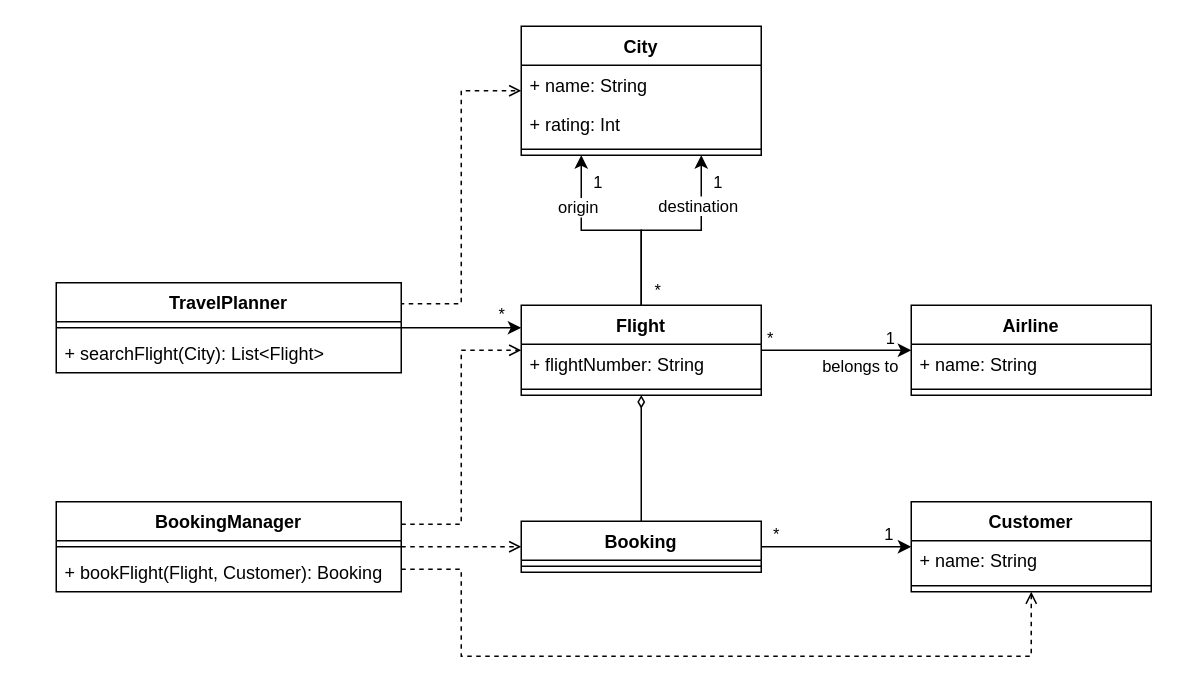
Earlier version of the draw.io diagram uml/Övningsuppgift 3.drawio (erik-stenbacka-sigma/utvecklingsmetodik-koddesign). Source tidied: cells renumbered, new cells numbered last; positions are measured from the earlier drawing's top-left corner, leaving out a move shared by most shapes. Both pictures are drawn from the tidied source at 150%, with x=0, y=0 at pixel (56, 26).
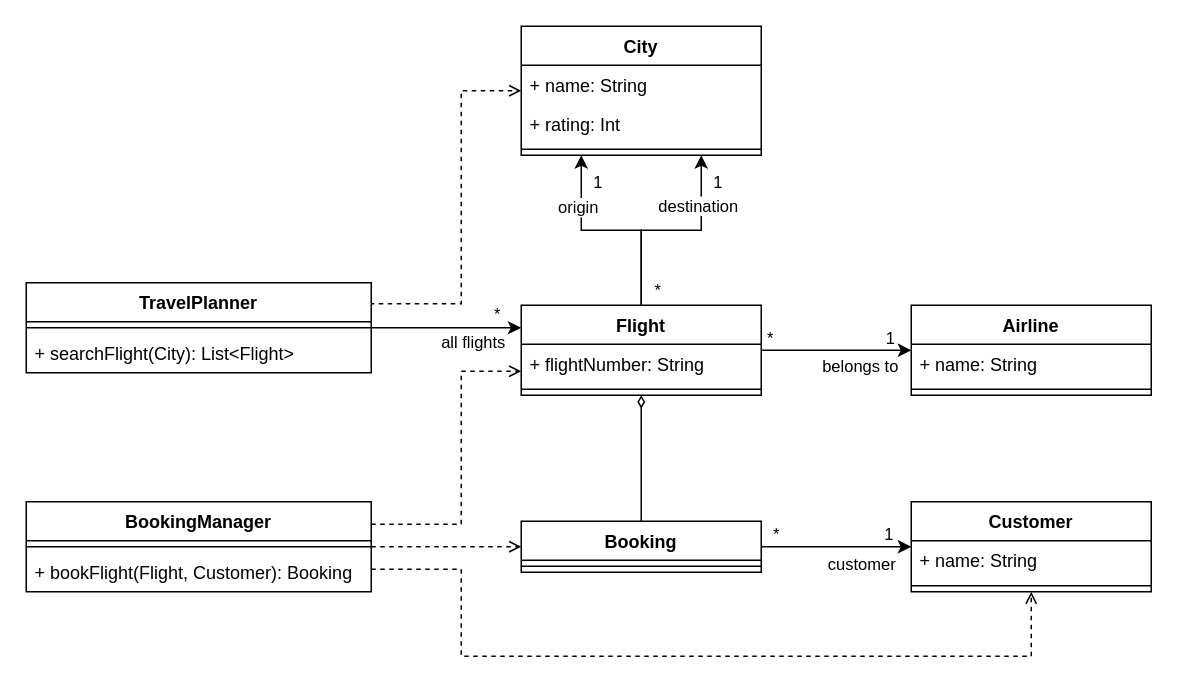
The same diagram, later.

The change refers to these unchanged cells:
```xml
<mxCell id="13" value="Flight" style="swimlane;fontStyle=1;align=center;verticalAlign=top;horizontal=1;startSize=26;" parent="1" vertex="1">
  <mxGeometry x="310" y="186" width="160" height="60" as="geometry" />
</mxCell>
<mxCell id="17" style="edgeStyle=orthogonalEdgeStyle;rounded=0;jettySize=auto;html=1;exitX=1;exitY=0.5;exitDx=0;exitDy=0;endArrow=classic;endFill=1;" parent="1" edge="1" source="20" target="34">
  <mxGeometry relative="1" as="geometry" />
</mxCell>
<mxCell id="29" style="edgeStyle=orthogonalEdgeStyle;rounded=0;jettySize=auto;html=1;exitX=1;exitY=0.5;exitDx=0;exitDy=0;entryX=0;entryY=0.25;entryDx=0;entryDy=0;endArrow=classic;endFill=1;" parent="1" edge="1" source="31" target="13">
  <mxGeometry relative="1" as="geometry" />
</mxCell>
```

Diff of the diagram source:
```diff
@@
+    <mxCell id="44" value="customer" style="edgeLabel;html=1;align=center;verticalAlign=middle;" parent="17" vertex="1">
+      <mxGeometry x="0.58" y="-1" relative="1" as="geometry">
+        <mxPoint x="-13" y="10" as="offset" />
+      </mxGeometry>
+    </mxCell>
@@
     <mxCell id="22" style="edgeStyle=orthogonalEdgeStyle;rounded=0;jettySize=auto;html=1;exitX=1;exitY=0.25;exitDx=0;exitDy=0;endArrow=open;endFill=0;dashed=1;" parent="1" edge="1" source="25" target="13">
       <mxGeometry relative="1" as="geometry">
         <Array as="points">
           <mxPoint x="270" y="332" />
-          <mxPoint x="270" y="216" />
+          <mxPoint x="270" y="230" />
         </Array>
       </mxGeometry>
     </mxCell>
@@
     <mxCell id="25" value="BookingManager" style="swimlane;fontStyle=1;align=center;verticalAlign=top;horizontal=1;startSize=26;" parent="1" vertex="1">
-      <mxGeometry y="317" width="230" height="60" as="geometry" />
+      <mxGeometry x="-20" y="317" width="230" height="60" as="geometry" />
     </mxCell>
@@
+    <mxCell id="45" value="all flights" style="edgeLabel;html=1;align=center;verticalAlign=middle;" parent="29" vertex="1">
+      <mxGeometry x="0.28" y="1" relative="1" as="geometry">
+        <mxPoint x="3" y="10" as="offset" />
+      </mxGeometry>
+    </mxCell>
     <mxCell id="31" value="TravelPlanner" style="swimlane;fontStyle=1;align=center;verticalAlign=top;horizontal=1;startSize=26;" parent="1" vertex="1">
-      <mxGeometry y="171" width="230" height="60" as="geometry" />
+      <mxGeometry x="-20" y="171" width="230" height="60" as="geometry" />
     </mxCell>
```
